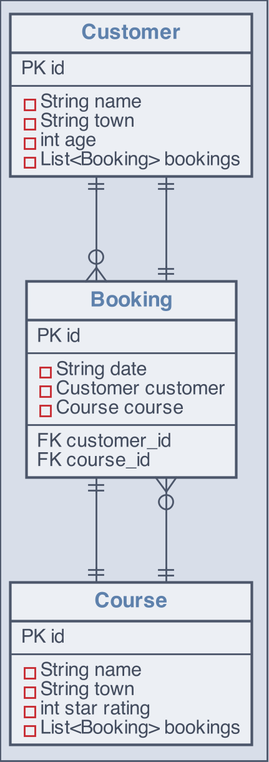
Earlier version of the PlantUML export relationships.png (rumrog/w13d4_spring_api_lab). Its diagram source:
```plantuml
@startuml




skinparam BackgroundColor #D8DEE9
skinparam Shadowing false
skinparam lineType ortho
hide empty members
hide circle

skinparam Default {
  FontName Helvetica
  FontColor #3B4252
}

skinparam Diagram {
  BorderColor #4C566A
}

skinparam Arrow {
  Color #4C566A
  FontColor #4C566A
  FontStyle Italic
}

skinparam Package {
  FontColor #B48EAD
  BackgroundColor #E5E9F0
  BorderColor #81A1C1
}

skinparam Usecase {
  BackgroundColor #ECEFF4
  BorderColor #4C566A
  FontColor #81A1C1
}

skinparam Actor {
  BackgroundColor #A3BE8C
  BorderColor #4C566A
  FontColor #A3BE8C
}

skinparam CircledCharacter {
  FontName Helvetica
  FontColor #2E3440
  FontSize 12
  Radius 8
}

skinparam Class {
  BackgroundColor #ECEFF4
  BorderColor #4C566A
  FontColor #5E81AC
  FontStyle Bold
  hide circle

  Attribute {
    FontColor #434C5E
  }
}

skinparam Activity {
  BackgroundColor #434C5E
  FontColor #88C0D0
  BorderColor #4C566A
  BarColor #EBCB8B
  EndColor #BF616A
  StartColor #A3BE8C

  Diamond {
    BackgroundColor #B48EAD
    BorderColor #4C566A
    FontColor #B48EAD
  }
}

hide circle
hide empty members
skinparam linetype ortho

entity "Customer" as customer {
  PK id
  --
  - String name
  - String town
  - int age
  - List<Booking> bookings
}

entity "Booking" as booking {
  PK id
  --
  - String date
  - Customer customer
  - Course course
  --
  FK customer_id
  FK course_id
}

entity "Course" as course {
  PK id
  --
  - String name
  - String town
  - int star rating
  - List<Booking> bookings
}


course ||--o{ booking
booking ||--|| course
customer ||--o{ booking
booking ||--|| customer
@enduml
```
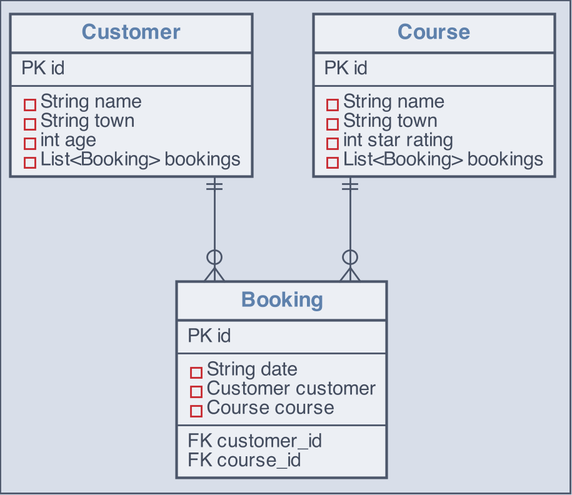
After the commit.

Commit message:
Models and Relationships Annotations

Diff of the diagram source:
```diff
@@ -111,7 +111,5 @@
 
 
 course ||--o{ booking
-booking ||--|| course
 customer ||--o{ booking
-booking ||--|| customer
 @enduml
```
